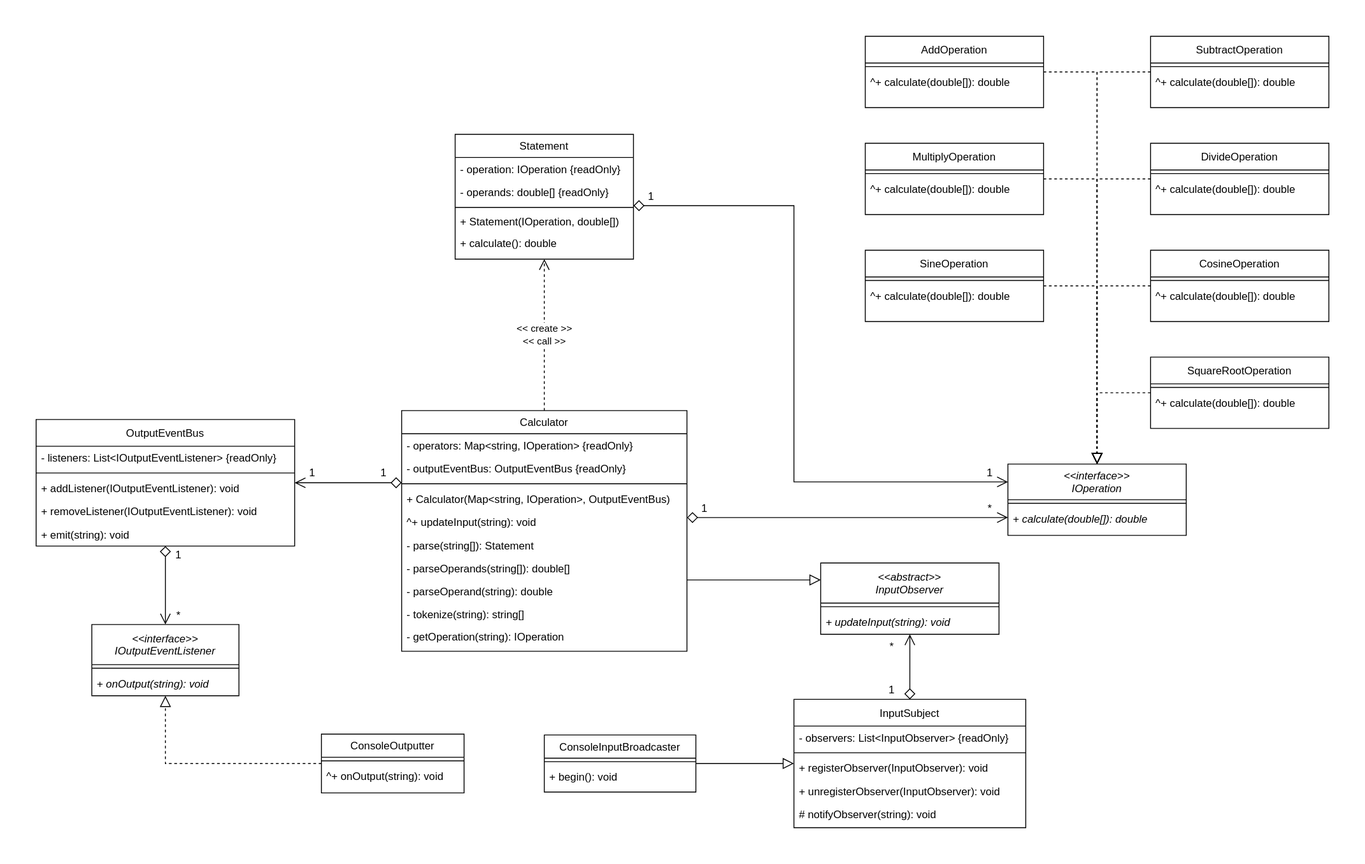
Earlier version of the draw.io export Diagrams/Class Diagram.svg (starikcetin/ctis417-project1-calculator). Source tidied: cells renumbered, new cells last; positions are measured from the earlier drawing's top-left corner, leaving out a move shared by most shapes.
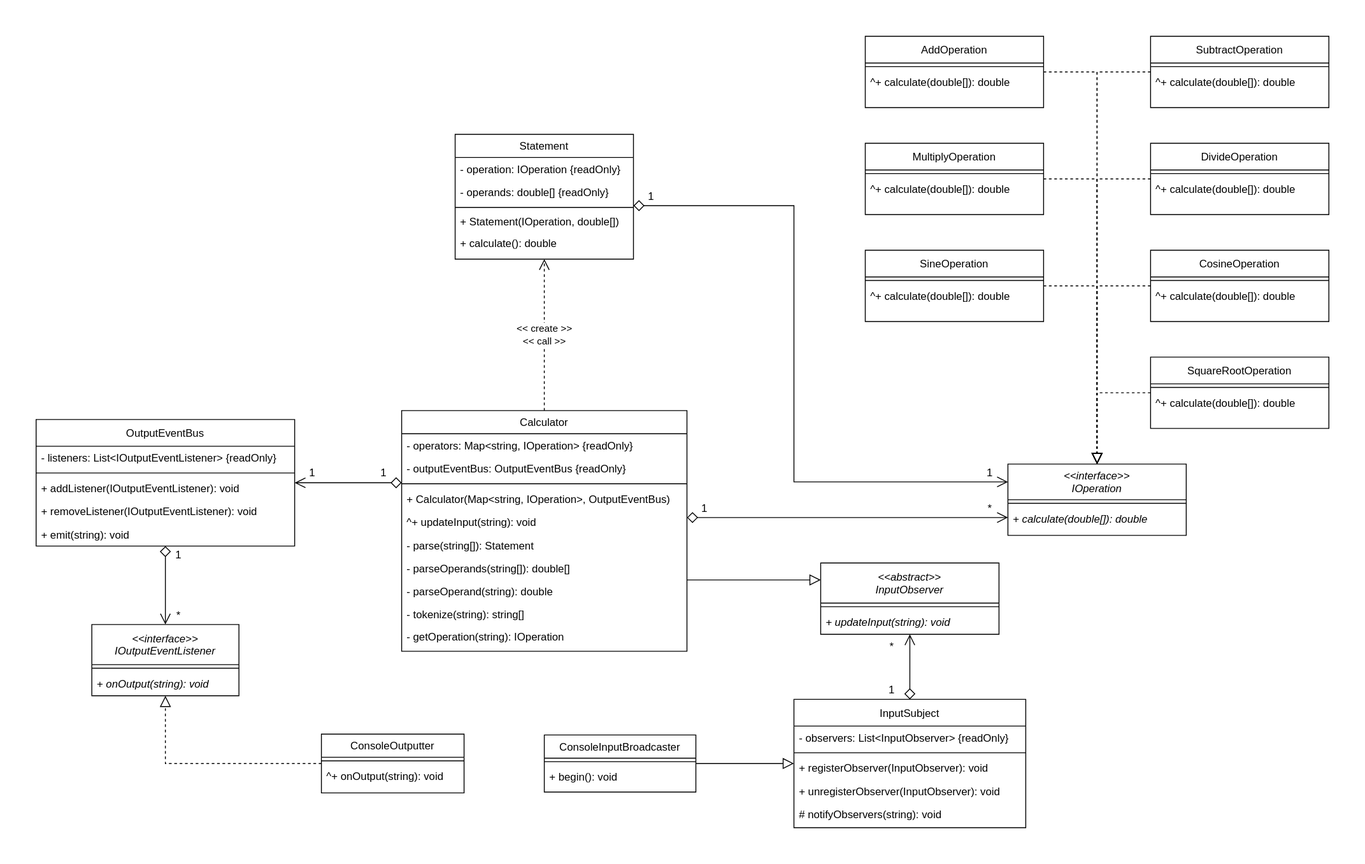
The same file after the commit.

Commit message:
class diagram fix

notifyObserver -> notifyObservers

Diff of the diagram source:
```diff
@@ -257,7 +257,7 @@
     <mxCell id="70" value="+ unregisterObserver(InputObserver): void" style="text;align=left;verticalAlign=middle;spacingLeft=4;spacingRight=4;overflow=hidden;" parent="66" vertex="1">
       <mxGeometry y="90" width="260" height="26" as="geometry" />
     </mxCell>
-    <mxCell id="71" value="# notifyObserver(string): void" style="text;align=left;verticalAlign=middle;spacingLeft=4;spacingRight=4;overflow=hidden;" parent="66" vertex="1">
+    <mxCell id="71" value="# notifyObservers(string): void" style="text;align=left;verticalAlign=middle;spacingLeft=4;spacingRight=4;overflow=hidden;" parent="66" vertex="1">
       <mxGeometry y="116" width="260" height="26" as="geometry" />
     </mxCell>
     <mxCell id="72" value="&lt;&lt;interface&gt;&gt;&#10;IOutputEventListener" style="swimlane;fontStyle=2;align=center;verticalAlign=middle;horizontal=1;startSize=45;rounded=0;shadow=0;strokeWidth=1;" parent="1" vertex="1">
```
